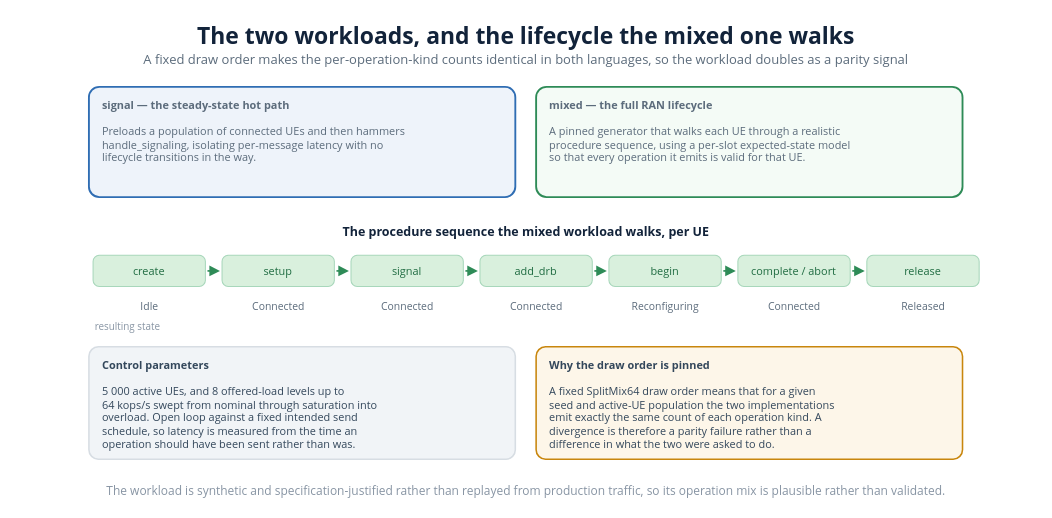
The draw.io diagram diagrams/27_workload_timeline.drawio in VienThanh12/Master-Thesis, before the edit. Source tidied: cells renumbered, new cells numbered last; positions are measured from the earlier drawing's top-left corner, leaving out a move shared by most shapes. Both pictures are drawn from the tidied source at 104%, with x=0, y=0 at pixel (17, 17).
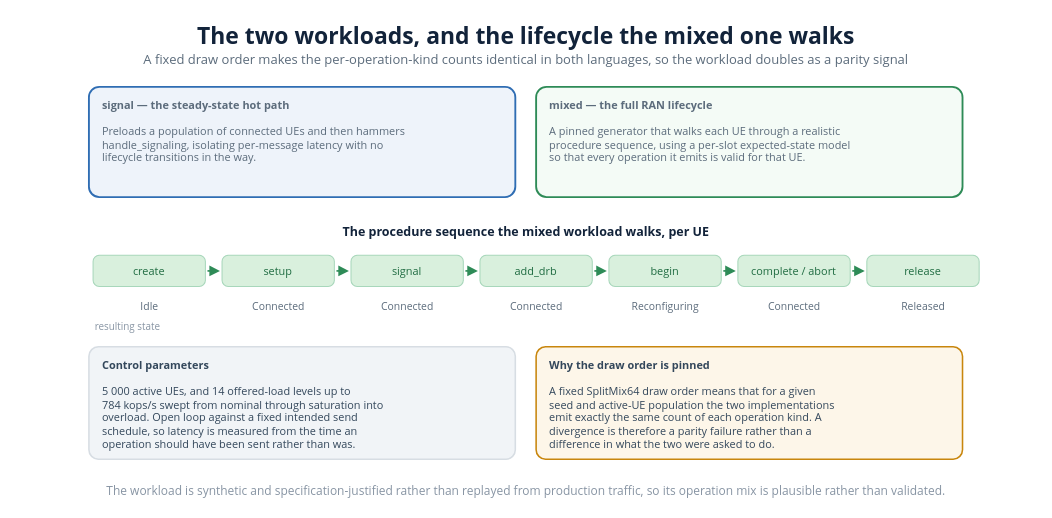
Above is the later version.

Diff of the diagram source:
```diff
@@
-    <mxCell id="28" value="&lt;b&gt;Control parameters&lt;/b&gt;&lt;br&gt;&lt;br&gt;5 000 active UEs, and 8 offered-load levels up to&lt;br&gt;64 kops/s swept from nominal through saturation into&lt;br&gt;overload. Open loop against a fixed intended send&lt;br&gt;schedule, so latency is measured from the time an&lt;br&gt;operation should have been sent rather than was." style="rounded=1;whiteSpace=wrap;html=1;absoluteArcSize=1;arcSize=18;fillColor=#f1f4f7;strokeColor=#d7dde3;strokeWidth=1.5;align=left;verticalAlign=top;spacingLeft=11;spacingTop=5;spacingRight=6;fontSize=10.5;fontColor=#33475b;fontFamily=Segoe UI;" parent="1" vertex="1">
+    <mxCell id="28" value="&lt;b&gt;Control parameters&lt;/b&gt;&lt;br&gt;&lt;br&gt;5 000 active UEs, and 14 offered-load levels up to&lt;br&gt;784 kops/s swept from nominal through saturation into&lt;br&gt;overload. Open loop against a fixed intended send&lt;br&gt;schedule, so latency is measured from the time an&lt;br&gt;operation should have been sent rather than was." style="rounded=1;whiteSpace=wrap;html=1;absoluteArcSize=1;arcSize=18;fillColor=#f1f4f7;strokeColor=#d7dde3;strokeWidth=1.5;align=left;verticalAlign=top;spacingLeft=11;spacingTop=5;spacingRight=6;fontSize=10.5;fontColor=#33475b;fontFamily=Segoe UI;" parent="1" vertex="1">
       <mxGeometry x="69" y="317" width="410" height="108" as="geometry" />
     </mxCell>
```
